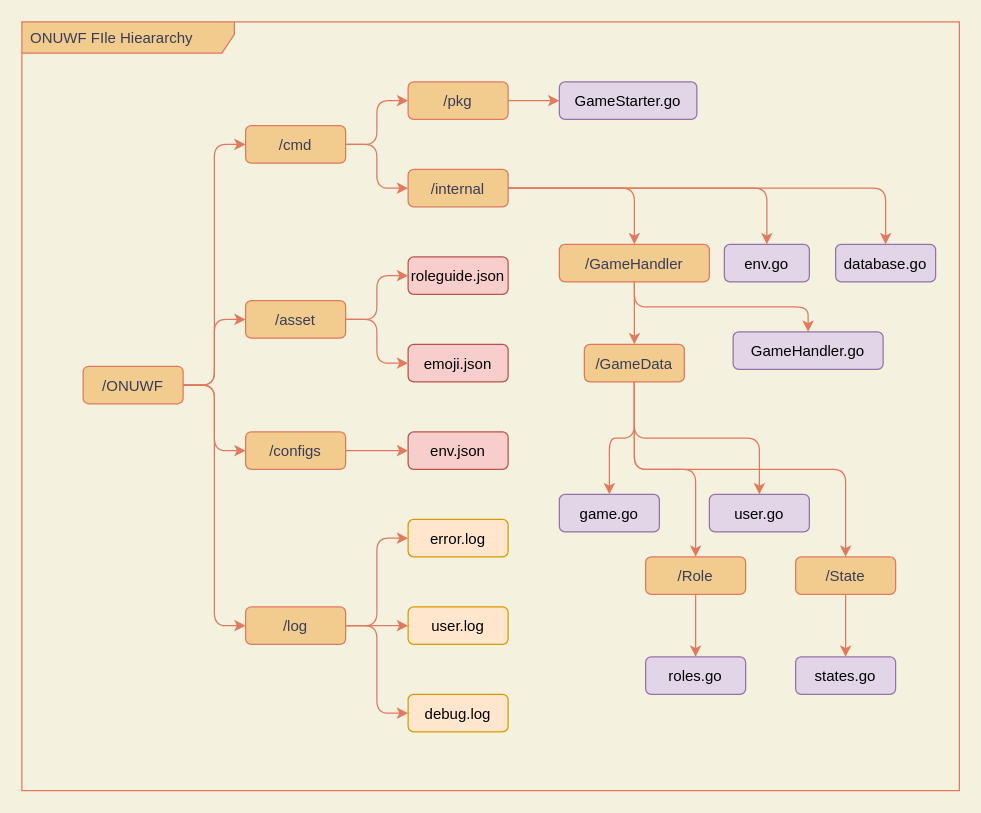
Above: File Hierarchy Diagram.drawio in splkm97/ONUWF (draw.io), before the change. Source tidied: cells renumbered, new cells numbered last; positions are measured from the earlier drawing's top-left corner, leaving out a move shared by most shapes. Both pictures are drawn from the tidied source at 125%, with x=0, y=0 at pixel (21, 21).
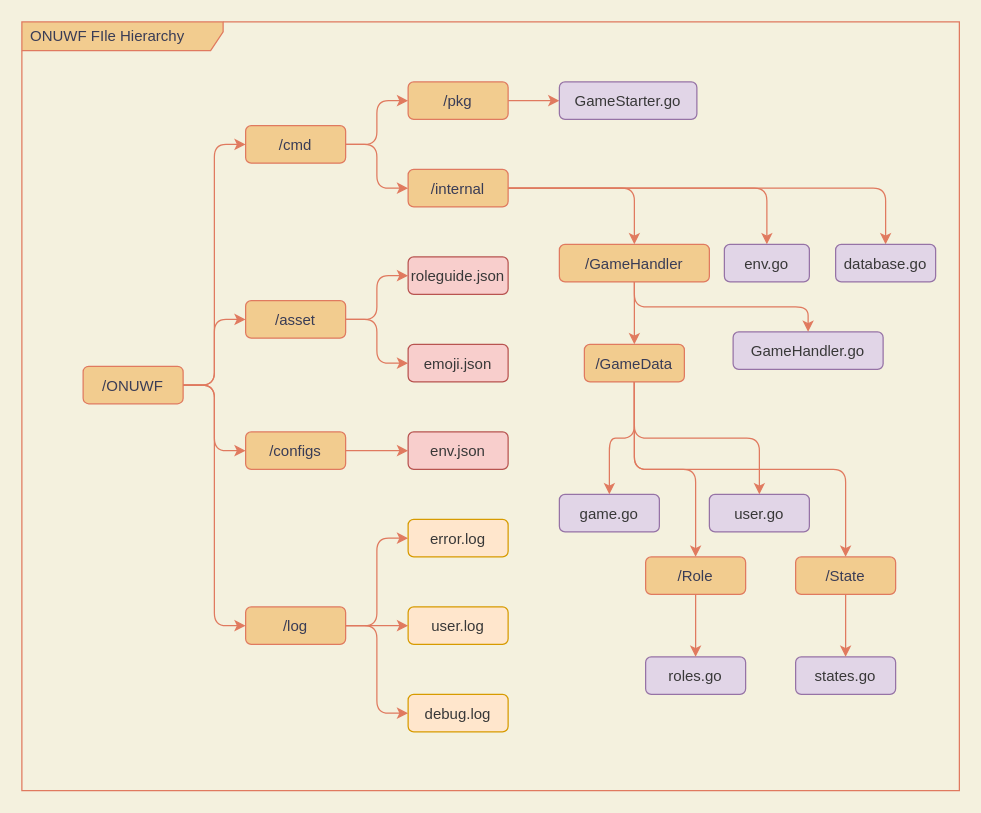
After the change.

Change to the diagram source:
```diff
@@
-    <mxCell id="2" value="ONUWF FIle Hieararchy" style="shape=umlFrame;whiteSpace=wrap;html=1;width=170;height=25;boundedLbl=1;verticalAlign=middle;align=left;spacingLeft=5;fillColor=#F2CC8F;strokeColor=#E07A5F;fontColor=#393C56;rounded=1;" parent="1" vertex="1">
+    <mxCell id="2" value="ONUWF FIle Hierarchy" style="shape=umlFrame;whiteSpace=wrap;html=1;width=161;height=23;boundedLbl=1;verticalAlign=middle;align=left;spacingLeft=5;fillColor=#F2CC8F;strokeColor=#E07A5F;fontColor=#393C56;rounded=1;" parent="1" vertex="1">
       <mxGeometry width="750" height="615" as="geometry" />
     </mxCell>
@@
-    <mxCell id="15" value="roleguide.json" style="fillColor=#f8cecc;strokeColor=#b85450;rounded=1;" parent="1" vertex="1">
+    <mxCell id="15" value="roleguide.json" style="fillColor=#f8cecc;strokeColor=#b85450;rounded=1;fontColor=#383838;" parent="1" vertex="1">
       <mxGeometry x="309" y="188" width="80" height="30" as="geometry" />
     </mxCell>
@@
-    <mxCell id="19" value="env.json" style="fillColor=#f8cecc;strokeColor=#b85450;rounded=1;" parent="1" vertex="1">
+    <mxCell id="19" value="env.json" style="fillColor=#f8cecc;strokeColor=#b85450;rounded=1;fontColor=#383838;" parent="1" vertex="1">
       <mxGeometry x="309" y="328" width="80" height="30" as="geometry" />
     </mxCell>
@@
-    <mxCell id="21" value="emoji.json" style="fillColor=#f8cecc;strokeColor=#b85450;rounded=1;" parent="1" vertex="1">
+    <mxCell id="21" value="emoji.json" style="fillColor=#f8cecc;strokeColor=#b85450;rounded=1;fontColor=#383838;" parent="1" vertex="1">
       <mxGeometry x="309" y="258" width="80" height="30" as="geometry" />
     </mxCell>
@@
-    <mxCell id="25" value="error.log" style="fillColor=#ffe6cc;strokeColor=#d79b00;rounded=1;" parent="1" vertex="1">
+    <mxCell id="25" value="error.log" style="fillColor=#ffe6cc;strokeColor=#d79b00;rounded=1;fontColor=#383838;" parent="1" vertex="1">
       <mxGeometry x="309" y="398" width="80" height="30" as="geometry" />
     </mxCell>
@@
-    <mxCell id="27" value="user.log" style="fillColor=#ffe6cc;strokeColor=#d79b00;rounded=1;" parent="1" vertex="1">
+    <mxCell id="27" value="user.log" style="fillColor=#ffe6cc;strokeColor=#d79b00;rounded=1;fontColor=#383838;" parent="1" vertex="1">
       <mxGeometry x="309" y="468" width="80" height="30" as="geometry" />
     </mxCell>
@@
-    <mxCell id="29" value="debug.log" style="fillColor=#ffe6cc;strokeColor=#d79b00;rounded=1;" parent="1" vertex="1">
+    <mxCell id="29" value="debug.log" style="fillColor=#ffe6cc;strokeColor=#d79b00;rounded=1;fontColor=#383838;" parent="1" vertex="1">
       <mxGeometry x="309" y="538" width="80" height="30" as="geometry" />
     </mxCell>
@@
-    <mxCell id="31" value="GameStarter.go" style="fillColor=#e1d5e7;strokeColor=#9673a6;rounded=1;" parent="1" vertex="1">
+    <mxCell id="31" value="GameStarter.go" style="fillColor=#e1d5e7;strokeColor=#9673a6;rounded=1;fontColor=#383838;" parent="1" vertex="1">
       <mxGeometry x="430" y="48" width="110" height="30" as="geometry" />
     </mxCell>
@@
-    <mxCell id="35" value="GameHandler.go" style="fillColor=#e1d5e7;strokeColor=#9673a6;rounded=1;" parent="1" vertex="1">
+    <mxCell id="35" value="GameHandler.go" style="fillColor=#e1d5e7;strokeColor=#9673a6;rounded=1;fontColor=#383838;" parent="1" vertex="1">
       <mxGeometry x="569" y="248" width="120" height="30" as="geometry" />
     </mxCell>
@@
-    <mxCell id="37" value="game.go" style="fillColor=#e1d5e7;strokeColor=#9673a6;rounded=1;" parent="1" vertex="1">
+    <mxCell id="37" value="game.go" style="fillColor=#e1d5e7;strokeColor=#9673a6;rounded=1;fontColor=#383838;" parent="1" vertex="1">
       <mxGeometry x="430" y="378" width="80" height="30" as="geometry" />
     </mxCell>
@@
-    <mxCell id="39" value="user.go" style="fillColor=#e1d5e7;strokeColor=#9673a6;rounded=1;" parent="1" vertex="1">
+    <mxCell id="39" value="user.go" style="fillColor=#e1d5e7;strokeColor=#9673a6;rounded=1;fontColor=#383838;" parent="1" vertex="1">
       <mxGeometry x="550" y="378" width="80" height="30" as="geometry" />
     </mxCell>
@@
-    <mxCell id="45" value="roles.go" style="fillColor=#e1d5e7;strokeColor=#9673a6;rounded=1;" parent="1" vertex="1">
+    <mxCell id="45" value="roles.go" style="fillColor=#e1d5e7;strokeColor=#9673a6;rounded=1;fontColor=#383838;" parent="1" vertex="1">
       <mxGeometry x="499" y="508" width="80" height="30" as="geometry" />
     </mxCell>
@@
-    <mxCell id="47" value="states.go" style="fillColor=#e1d5e7;strokeColor=#9673a6;rounded=1;" parent="1" vertex="1">
+    <mxCell id="47" value="states.go" style="fillColor=#e1d5e7;strokeColor=#9673a6;rounded=1;fontColor=#383838;" parent="1" vertex="1">
       <mxGeometry x="619" y="508" width="80" height="30" as="geometry" />
     </mxCell>
@@
-    <mxCell id="49" value="env.go" style="fillColor=#e1d5e7;strokeColor=#9673a6;rounded=1;" parent="1" vertex="1">
+    <mxCell id="49" value="env.go" style="fillColor=#e1d5e7;strokeColor=#9673a6;rounded=1;fontColor=#383838;" parent="1" vertex="1">
       <mxGeometry x="562" y="178" width="68" height="30" as="geometry" />
     </mxCell>
@@
-    <mxCell id="51" value="database.go" style="fillColor=#e1d5e7;strokeColor=#9673a6;rounded=1;" parent="1" vertex="1">
+    <mxCell id="51" value="database.go" style="fillColor=#e1d5e7;strokeColor=#9673a6;rounded=1;fontColor=#383838;" parent="1" vertex="1">
       <mxGeometry x="651" y="178" width="80" height="30" as="geometry" />
     </mxCell>
```
